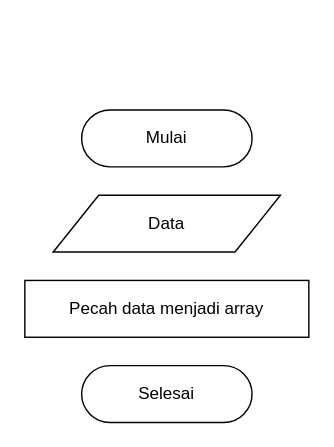
Earlier version of the draw.io diagram page "Tokenization" (5 of 10) of Untitled Diagram.drawio (mksyfla/analysis-sentiment-using-svm). Source tidied: cells renumbered, new cells numbered last; positions are measured from the earlier drawing's top-left corner, leaving out a move shared by most shapes. Both pictures are drawn from the tidied source at 142%, with x=0, y=0 at pixel (24, 109).
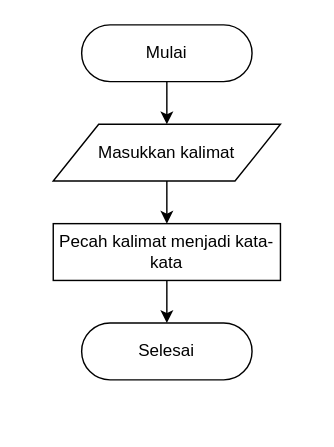
After the change.

Diff of the diagram source:
```diff
@@
 <mxGraphModel>
   <root>
     <mxCell id="0" />
     <mxCell id="1" parent="0" />
+    <mxCell id="6" style="edgeStyle=orthogonalEdgeStyle;rounded=0;jettySize=auto;html=1;" parent="1" edge="1" source="2" target="5">
+      <mxGeometry relative="1" as="geometry" />
+    </mxCell>
     <mxCell id="2" value="Mulai" style="html=1;dashed=0;whiteSpace=wrap;shape=mxgraph.dfd.start;" parent="1" vertex="1">
-      <mxGeometry x="40" width="120" height="40" as="geometry" />
+      <mxGeometry x="40" y="-60" width="120" height="40" as="geometry" />
     </mxCell>
     <mxCell id="3" value="Selesai" style="html=1;dashed=0;whiteSpace=wrap;shape=mxgraph.dfd.start;" parent="1" vertex="1">
-      <mxGeometry x="40" y="180" width="120" height="40" as="geometry" />
+      <mxGeometry x="40" y="150" width="120" height="40" as="geometry" />
     </mxCell>
+    <mxCell id="7" style="edgeStyle=orthogonalEdgeStyle;rounded=0;jettySize=auto;html=1;" parent="1" edge="1" source="4" target="3">
+      <mxGeometry relative="1" as="geometry" />
+    </mxCell>
-    <mxCell id="4" value="Pecah data menjadi array" style="html=1;dashed=0;whiteSpace=wrap;" parent="1" vertex="1">
-      <mxGeometry y="120" width="200" height="40" as="geometry" />
+    <mxCell id="4" value="Pecah kalimat menjadi kata-kata" style="html=1;dashed=0;whiteSpace=wrap;" parent="1" vertex="1">
+      <mxGeometry x="20" y="80" width="160" height="40" as="geometry" />
     </mxCell>
+    <mxCell id="8" style="edgeStyle=orthogonalEdgeStyle;rounded=0;jettySize=auto;html=1;" parent="1" edge="1" source="5" target="4">
+      <mxGeometry relative="1" as="geometry" />
+    </mxCell>
-    <mxCell id="5" value="&lt;div&gt;Data&lt;/div&gt;" style="shape=parallelogram;perimeter=parallelogramPerimeter;whiteSpace=wrap;html=1;dashed=0;" parent="1" vertex="1">
-      <mxGeometry x="20" y="60" width="160" height="40" as="geometry" />
+    <mxCell id="5" value="&lt;div&gt;Masukkan kalimat&lt;/div&gt;" style="shape=parallelogram;perimeter=parallelogramPerimeter;whiteSpace=wrap;html=1;dashed=0;" parent="1" vertex="1">
+      <mxGeometry x="20" y="10" width="160" height="40" as="geometry" />
     </mxCell>
   </root>
 </mxGraphModel>
```
